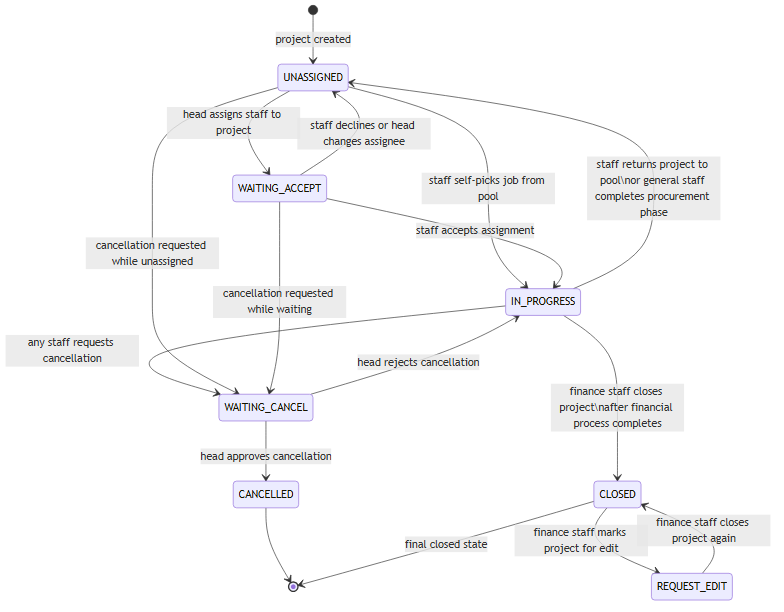
The Mermaid diagram report-diagrams/06-project-status-state-machine.png in capmoo-capstone/report, before a commit. Its source is kept beside it as report-diagrams/06-project-status-state-machine.mmd.
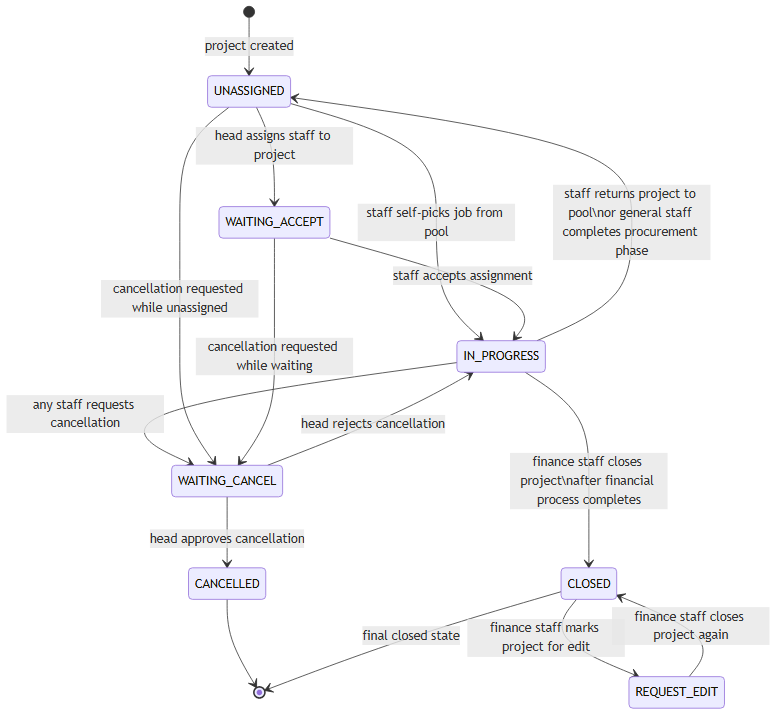
After the change.

The edit, as a diff of the source:
```diff
@@ -5,7 +5,7 @@
     UNASSIGNED --> IN_PROGRESS: staff self-picks job from pool
 
     WAITING_ACCEPT --> IN_PROGRESS: staff accepts assignment
-    WAITING_ACCEPT --> UNASSIGNED: staff declines or head changes assignee
+
 
     IN_PROGRESS --> UNASSIGNED: staff returns project to pool\nor general staff completes procurement phase
 
```
